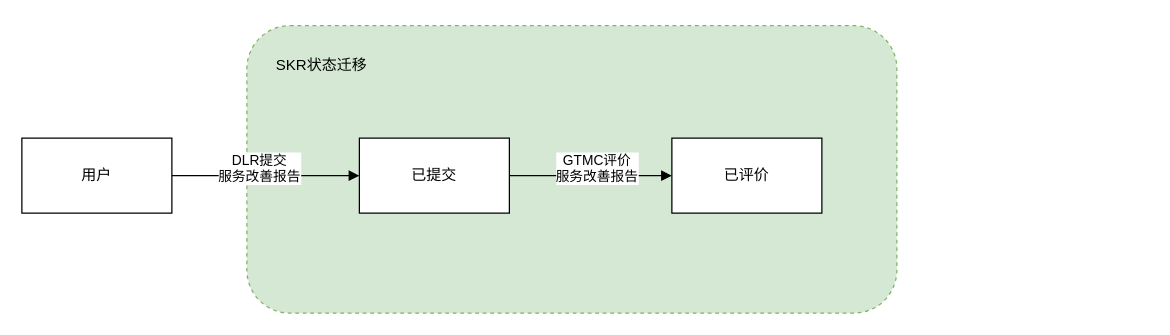
This is page "事件设计" (4 of 5) of images/未命名绘图.drawio from 1132489442/designer, a draw.io file, before an edit. Source tidied: cells renumbered, new cells numbered last; positions are measured from the earlier drawing's top-left corner, leaving out a move shared by most shapes. Both pictures are drawn from the tidied source at 125%, with x=0, y=0 at pixel (21, 25).
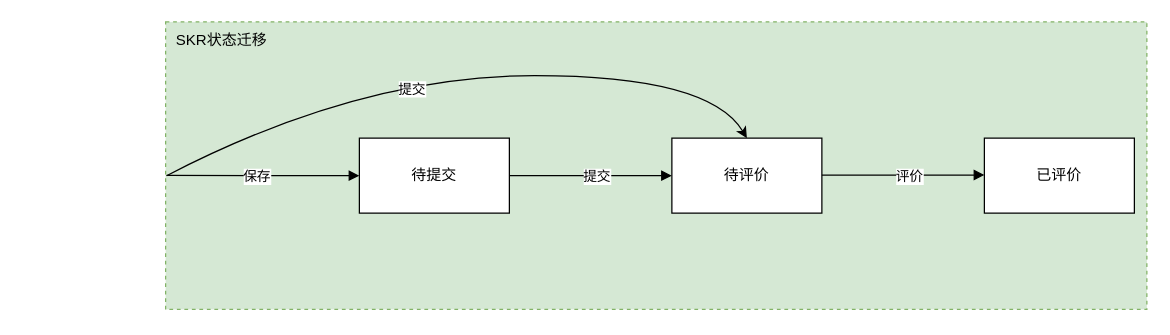
The same diagram, later.

What changed in the source:
```diff
@@
 <mxGraphModel>
   <root>
     <mxCell id="0" />
     <mxCell id="1" parent="0" />
-    <mxCell id="2" style="rounded=1;whiteSpace=wrap;html=1;dashed=1;fillColor=#d5e8d4;strokeColor=#82b366;" parent="1" vertex="1">
-      <mxGeometry x="180" width="520" height="230" as="geometry" />
+    <mxCell id="2" style="rounded=0;whiteSpace=wrap;html=1;dashed=1;fillColor=#d5e8d4;strokeColor=#82b366;" parent="1" vertex="1">
+      <mxGeometry x="115" y="-3" width="785" height="230" as="geometry" />
     </mxCell>
-    <mxCell id="3" value="用户" style="rounded=0;whiteSpace=wrap;html=1;" parent="1" vertex="1">
-      <mxGeometry y="90" width="120" height="60" as="geometry" />
-    </mxCell>
-    <mxCell id="4" value="已提交" style="rounded=0;whiteSpace=wrap;html=1;" parent="1" vertex="1">
+    <mxCell id="4" value="待提交" style="rounded=0;whiteSpace=wrap;html=1;" parent="1" vertex="1">
       <mxGeometry x="270" y="90" width="120" height="60" as="geometry" />
     </mxCell>
-    <mxCell id="5" value="已评价" style="rounded=0;whiteSpace=wrap;html=1;" parent="1" vertex="1">
+    <mxCell id="5" value="待评价" style="rounded=0;whiteSpace=wrap;html=1;" parent="1" vertex="1">
       <mxGeometry x="520" y="90" width="120" height="60" as="geometry" />
     </mxCell>
-    <mxCell id="6" value="DLR提交&lt;br&gt;服务改善报告" style="html=1;verticalAlign=bottom;endArrow=block;rounded=0;entryX=0;entryY=0.5;entryDx=0;entryDy=0;" parent="1" edge="1">
+    <mxCell id="6" value="保存" style="html=1;verticalAlign=bottom;endArrow=block;rounded=0;entryX=0;entryY=0.5;entryDx=0;entryDy=0;exitX=0.001;exitY=0.534;exitDx=0;exitDy=0;exitPerimeter=0;" parent="1" edge="1" source="2">
       <mxGeometry x="-0.07" y="-10" relative="1" as="geometry">
-        <mxPoint x="120" y="120" as="sourcePoint" />
         <mxPoint x="270" y="120" as="targetPoint" />
       </mxGeometry>
     </mxCell>
-    <mxCell id="7" value="GTMC评价&lt;br&gt;服务改善报告" style="html=1;verticalAlign=bottom;endArrow=block;rounded=0;entryX=0;entryY=0.5;entryDx=0;entryDy=0;" parent="1" edge="1" source="4" target="5">
+    <mxCell id="7" value="提交" style="html=1;verticalAlign=bottom;endArrow=block;rounded=0;entryX=0;entryY=0.5;entryDx=0;entryDy=0;" parent="1" edge="1" source="4" target="5">
       <mxGeometry x="0.08" y="-10" relative="1" as="geometry" />
     </mxCell>
     <mxCell id="8" value="SKR状态迁移" style="text;html=1;strokeColor=none;fillColor=none;align=center;verticalAlign=middle;whiteSpace=wrap;rounded=0;" parent="1" vertex="1">
-      <mxGeometry x="190" y="17" width="100" height="30" as="geometry" />
+      <mxGeometry x="110" y="-3" width="100" height="30" as="geometry" />
     </mxCell>
+    <mxCell id="9" value="已评价" style="rounded=0;whiteSpace=wrap;html=1;" parent="1" vertex="1">
+      <mxGeometry x="770" y="90" width="120" height="60" as="geometry" />
+    </mxCell>
+    <mxCell id="10" value="评价" style="html=1;verticalAlign=bottom;endArrow=block;rounded=0;entryX=0;entryY=0.5;entryDx=0;entryDy=0;" parent="1" edge="1">
+      <mxGeometry x="0.08" y="-10" relative="1" as="geometry">
+        <mxPoint x="640" y="119.5" as="sourcePoint" />
+        <mxPoint x="770" y="119.5" as="targetPoint" />
+      </mxGeometry>
+    </mxCell>
+    <mxCell id="11" style="curved=1;endArrow=classic;html=1;rounded=0;entryX=0.5;entryY=0;entryDx=0;entryDy=0;exitX=0.001;exitY=0.535;exitDx=0;exitDy=0;exitPerimeter=0;" parent="1" edge="1" source="2" target="5">
+      <mxGeometry relative="1" as="geometry">
+        <Array as="points">
+          <mxPoint x="270" y="40" />
+          <mxPoint x="550" y="40" />
+        </Array>
+      </mxGeometry>
+    </mxCell>
+    <mxCell id="12" value="提交" style="edgeLabel;html=1;align=center;verticalAlign=middle;" parent="11" vertex="1">
+      <mxGeometry x="-0.16" y="-10" relative="1" as="geometry" />
+    </mxCell>
   </root>
 </mxGraphModel>
```
